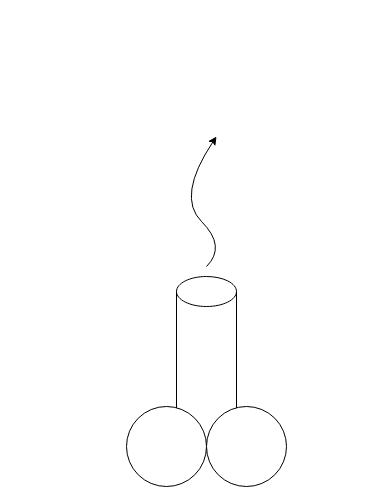
The draw.io diagram LDAP Diagram.drawio in JKDC20/LDAP, before the edit. Source tidied: cells renumbered, new cells numbered last; positions are measured from the earlier drawing's top-left corner, leaving out a move shared by most shapes. Both pictures are drawn from the tidied source at 100%, with x=0, y=0 at pixel (126, 136).
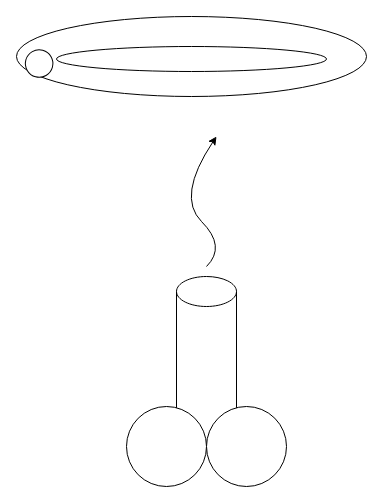
The same diagram, later.

Change to the diagram source:
```diff
@@
 <mxGraphModel>
   <root>
     <mxCell id="0" />
     <mxCell id="1" parent="0" />
     <mxCell id="2" style="shape=cylinder3;whiteSpace=wrap;html=1;boundedLbl=1;backgroundOutline=1;size=15;" parent="1" vertex="1">
       <mxGeometry x="50" y="140" width="60" height="170" as="geometry" />
     </mxCell>
     <mxCell id="3" style="ellipse;whiteSpace=wrap;html=1;" parent="1" vertex="1">
       <mxGeometry y="270" width="80" height="80" as="geometry" />
     </mxCell>
     <mxCell id="4" style="ellipse;whiteSpace=wrap;html=1;" parent="1" vertex="1">
       <mxGeometry x="80" y="270" width="80" height="80" as="geometry" />
     </mxCell>
     <mxCell id="5" style="curved=1;endArrow=classic;html=1;rounded=0;" parent="1" edge="1">
       <mxGeometry relative="1" as="geometry">
         <mxPoint x="80" y="130" as="sourcePoint" />
         <mxPoint x="90" as="targetPoint" />
         <Array as="points">
           <mxPoint x="100" y="110" />
           <mxPoint x="50" y="60" />
         </Array>
       </mxGeometry>
     </mxCell>
+    <mxCell id="6" style="ellipse;whiteSpace=wrap;html=1;" parent="1" vertex="1">
+      <mxGeometry x="-110" y="-120" width="350" height="80" as="geometry" />
+    </mxCell>
+    <mxCell id="7" style="ellipse;whiteSpace=wrap;html=1;" parent="1" vertex="1">
+      <mxGeometry x="-70" y="-90" width="270" height="25" as="geometry" />
+    </mxCell>
+    <mxCell id="8" style="ellipse;whiteSpace=wrap;html=1;rotation=15;" parent="1" vertex="1">
+      <mxGeometry x="-101.1" y="-86.7" width="27.5" height="27.5" as="geometry" />
+    </mxCell>
   </root>
 </mxGraphModel>
```
